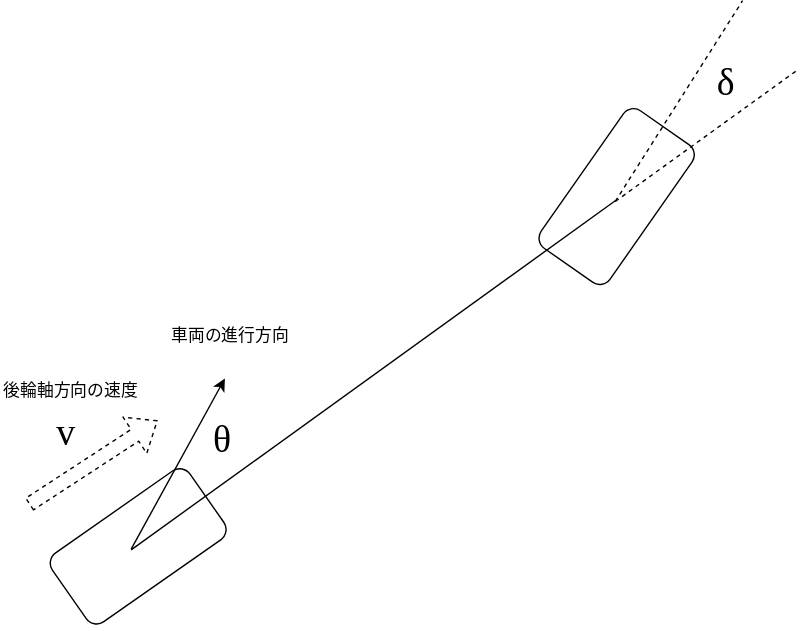
This is control/mpc_lateral_controller/image/vehicle_error_kinematics.drawio.svg from zeidk/autoware.universe, a draw.io export, as it was before one commit. Source tidied: cells renumbered, new cells last; positions are measured from the earlier drawing's top-left corner, leaving out a move shared by most shapes.
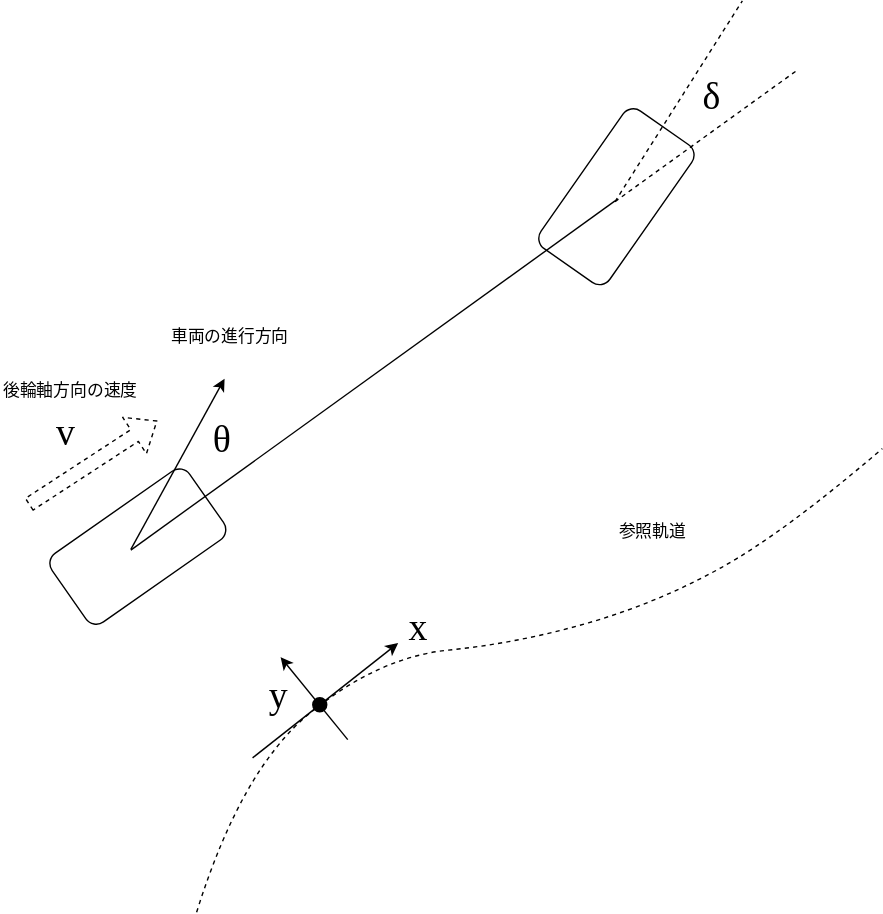
Above is the later version.

Diff of the diagram source:
```diff
@@ -48,10 +48,47 @@
       <mxGeometry x="150" y="295" width="20" height="20" as="geometry" />
     </mxCell>
     <mxCell id="12" value="&lt;font face=&quot;Times New Roman&quot; style=&quot;font-size: 27px&quot;&gt;δ&lt;br&gt;&lt;/font&gt;" style="text;html=1;align=left;verticalAlign=top;spacingTop=-4;fontSize=27;" parent="1" vertex="1">
-      <mxGeometry x="510" y="40" width="30" height="30" as="geometry" />
+      <mxGeometry x="500" y="50" width="30" height="30" as="geometry" />
     </mxCell>
     <mxCell id="13" value="&lt;font face=&quot;Times New Roman&quot;&gt;v&lt;/font&gt;" style="text;html=1;align=left;verticalAlign=top;spacingTop=-4;fontSize=27;" parent="1" vertex="1">
       <mxGeometry x="38" y="290" width="30" height="30" as="geometry" />
     </mxCell>
+    <mxCell id="14" style="curved=1;endArrow=none;html=1;endFill=0;dashed=1;" parent="1" edge="1">
+      <mxGeometry relative="1" as="geometry">
+        <mxPoint x="140" y="651.4" as="sourcePoint" />
+        <mxPoint x="630" y="320" as="targetPoint" />
+        <Array as="points">
+          <mxPoint x="172" y="549" />
+          <mxPoint x="270" y="469" />
+          <mxPoint x="370" y="459" />
+          <mxPoint x="470" y="430" />
+          <mxPoint x="560" y="380" />
+        </Array>
+      </mxGeometry>
+    </mxCell>
+    <mxCell id="15" style="endArrow=classic;html=1;" parent="1" edge="1">
+      <mxGeometry relative="1" as="geometry">
+        <mxPoint x="180" y="541" as="sourcePoint" />
+        <mxPoint x="284" y="459" as="targetPoint" />
+      </mxGeometry>
+    </mxCell>
+    <mxCell id="16" style="ellipse;whiteSpace=wrap;html=1;fillColor=#000000;" parent="1" vertex="1">
+      <mxGeometry x="223" y="498" width="10" height="10" as="geometry" />
+    </mxCell>
+    <mxCell id="17" style="endArrow=classic;html=1;" parent="1" edge="1">
+      <mxGeometry relative="1" as="geometry">
+        <mxPoint x="248" y="528" as="sourcePoint" />
+        <mxPoint x="200" y="469" as="targetPoint" />
+      </mxGeometry>
+    </mxCell>
+    <mxCell id="18" value="&lt;font face=&quot;Times New Roman&quot; style=&quot;font-size: 27px&quot;&gt;x&lt;br&gt;&lt;/font&gt;" style="text;html=1;align=left;verticalAlign=top;spacingTop=-4;fontSize=27;" parent="1" vertex="1">
+      <mxGeometry x="290" y="429" width="30" height="30" as="geometry" />
+    </mxCell>
+    <mxCell id="19" value="&lt;font face=&quot;Times New Roman&quot; style=&quot;font-size: 27px&quot;&gt;y&lt;br&gt;&lt;/font&gt;" style="text;html=1;align=left;verticalAlign=top;spacingTop=-4;fontSize=27;" parent="1" vertex="1">
+      <mxGeometry x="190" y="478" width="30" height="30" as="geometry" />
+    </mxCell>
+    <mxCell id="20" value="参照軌道" style="text;html=1;align=left;verticalAlign=top;spacingTop=-4;" parent="1" vertex="1">
+      <mxGeometry x="440" y="370" width="60" height="20" as="geometry" />
+    </mxCell>
   </root>
 </mxGraphModel>
```
